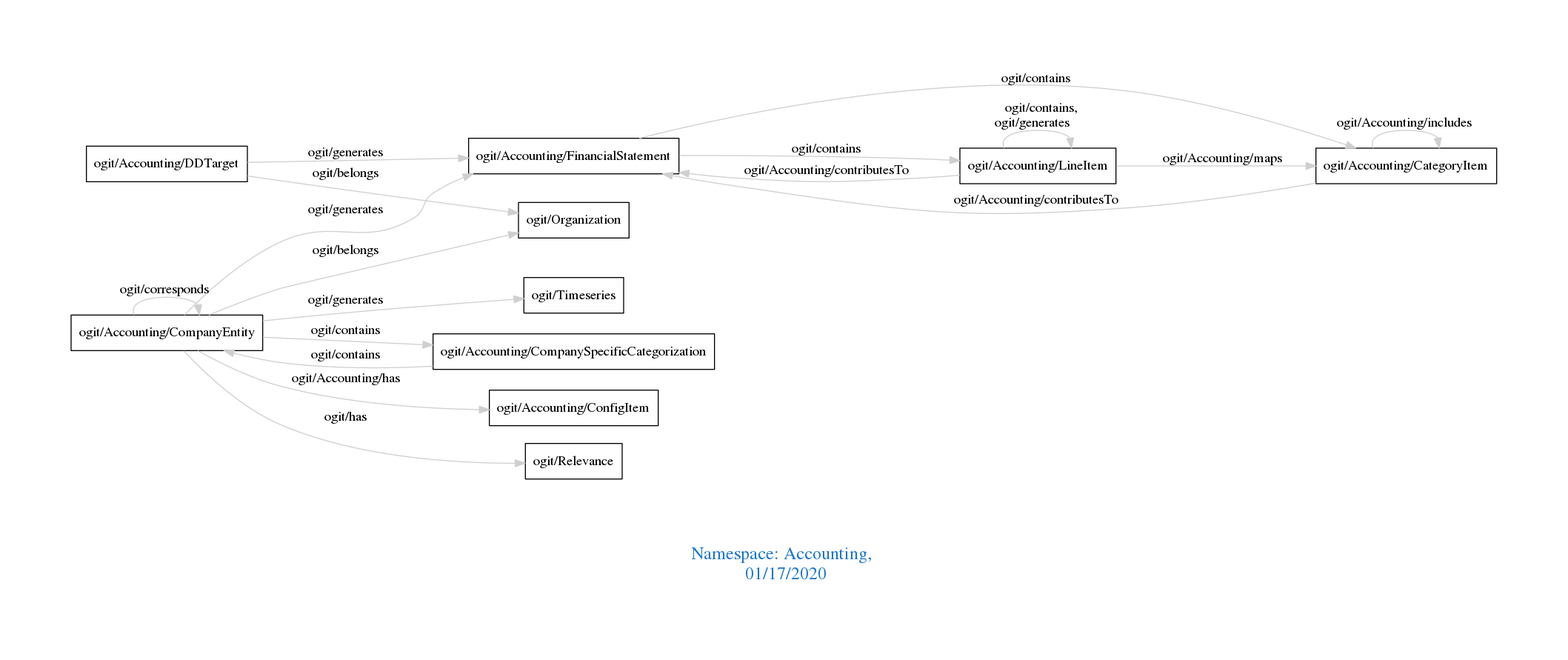
The Graphviz diagram downloads/Accounting.png in arago/OGIT, before a commit. Its source is kept beside it as downloads/Accounting.dot.
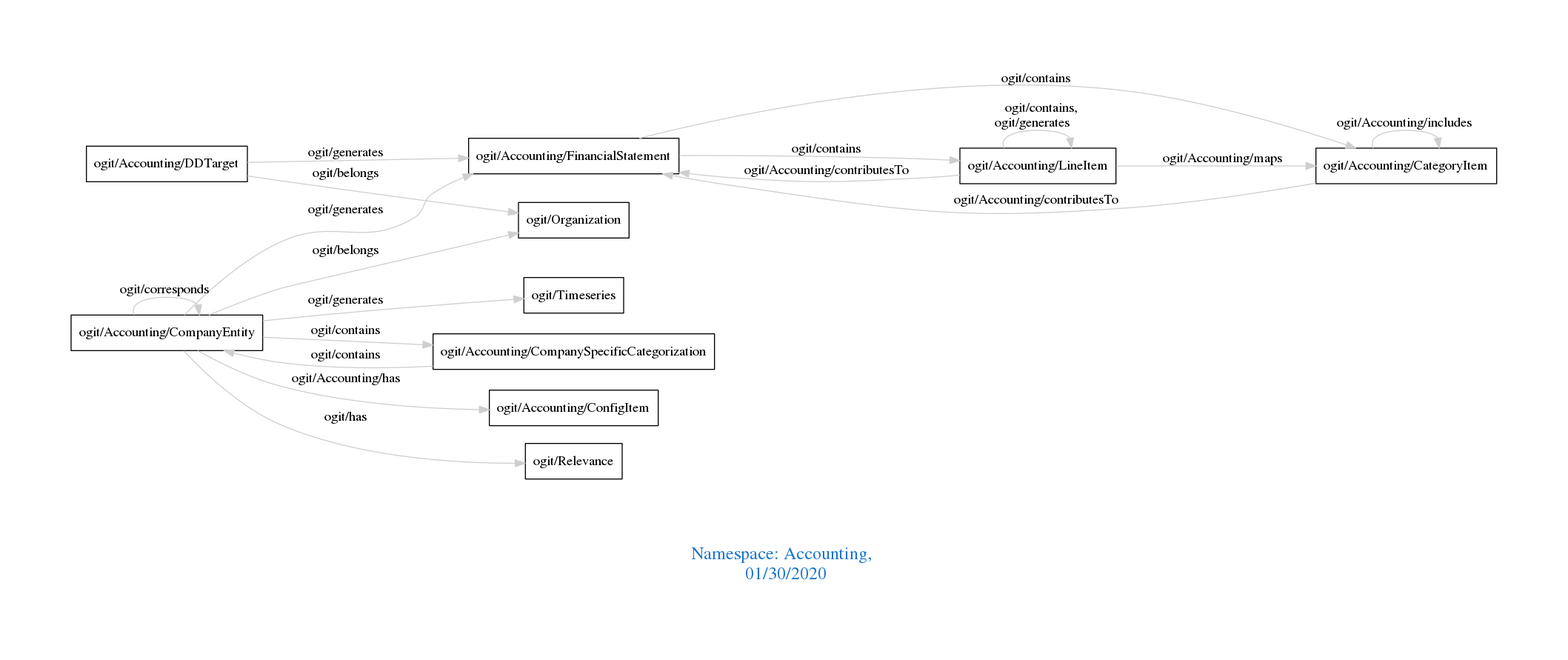
After the commit.

Change to the diagram source:
```diff
@@ -1,7 +1,7 @@
 digraph OGIT_ontology {
  graph [ rankdir= LR,pad=1
 fontsize = 18,
-fontcolor= dodgerblue3,label = "\n\n\nNamespace: Accounting, \n 01/17/2020"];
+fontcolor= dodgerblue3,label = "\n\n\nNamespace: Accounting, \n 01/30/2020"];
 node[shape=polygon];
 edge [  color="gray81"];
 
```
